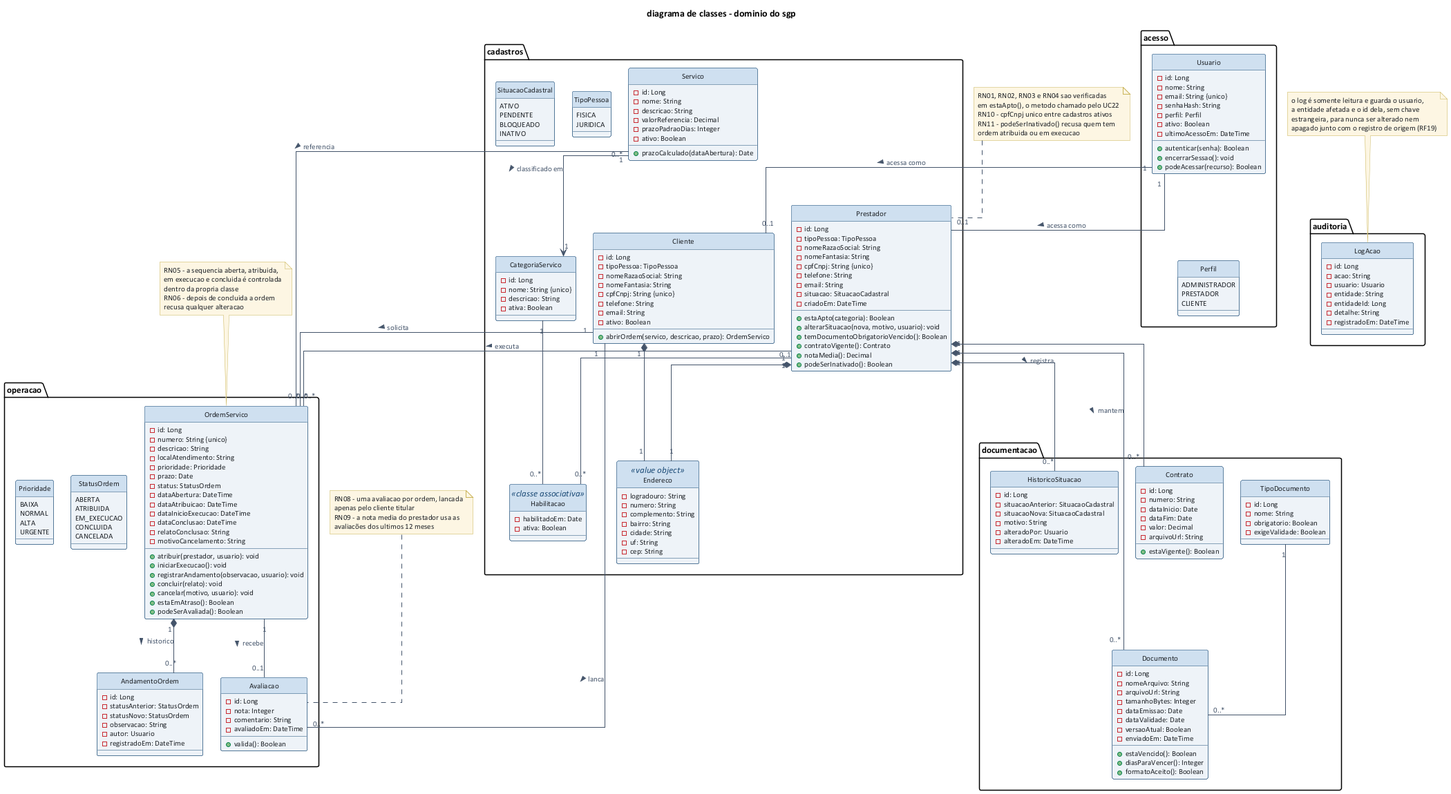
Earlier version of the PlantUML export diagramas/diagrama-de-classes.png (igorschiniegoski/Atividade-Sabine).
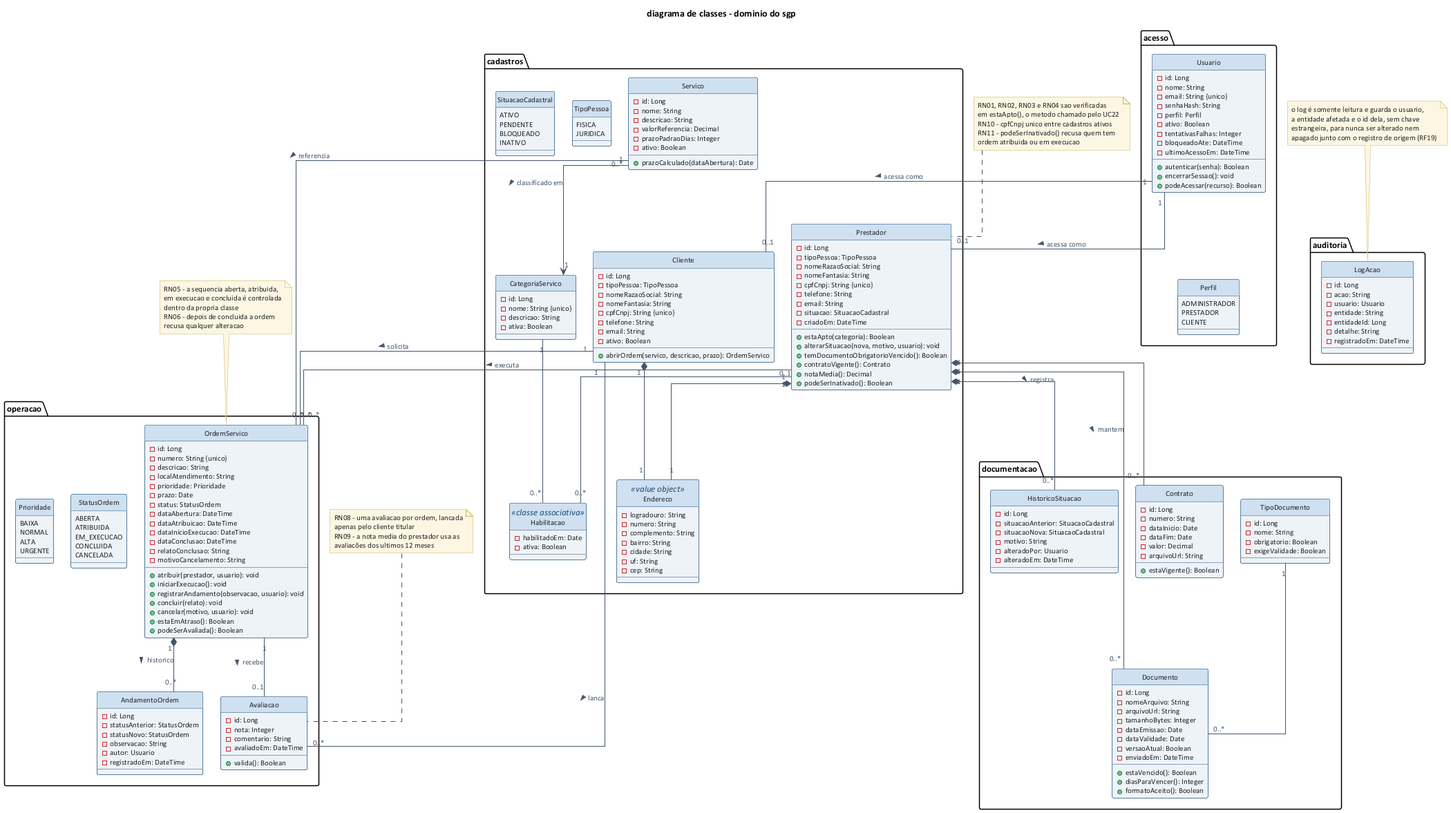
The same file after the commit.

Change to the diagram source:
```diff
@@ -15,6 +15,8 @@
     -senhaHash: String
     -perfil: Perfil
     -ativo: Boolean
+    -tentativasFalhas: Integer
+    -bloqueadoAte: DateTime
     -ultimoAcessoEm: DateTime
     +autenticar(senha): Boolean
     +encerrarSessao(): void
```
